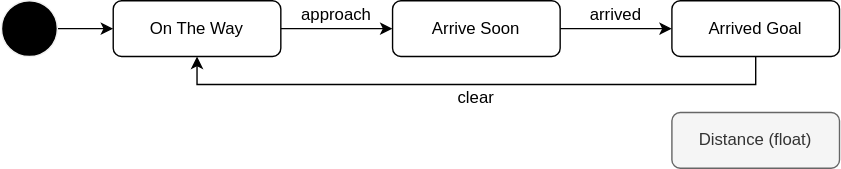
tier4/autoware-documentation keeps this draw.io diagram as pr-7/design/autoware-interface/ad-api/data/route-goal-state.drawio.svg. Above is the earlier version. Source tidied: cells renumbered, new cells last; positions are measured from the earlier drawing's top-left corner, leaving out a move shared by most shapes.
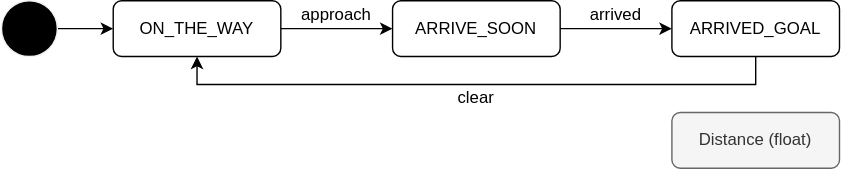
After the change.

What changed in the source:
```diff
@@ -13,19 +13,19 @@
         </Array>
       </mxGeometry>
     </mxCell>
-    <mxCell id="4" value="Arrived Goal" style="rounded=1;whiteSpace=wrap;html=1;" parent="1" vertex="1">
+    <mxCell id="4" value="ARRIVED_GOAL" style="rounded=1;whiteSpace=wrap;html=1;" parent="1" vertex="1">
       <mxGeometry x="480" width="120" height="40" as="geometry" />
     </mxCell>
     <mxCell id="5" style="edgeStyle=none;html=1;" parent="1" edge="1" source="6" target="4">
       <mxGeometry relative="1" as="geometry" />
     </mxCell>
-    <mxCell id="6" value="Arrive Soon" style="rounded=1;whiteSpace=wrap;html=1;" parent="1" vertex="1">
+    <mxCell id="6" value="ARRIVE_SOON" style="rounded=1;whiteSpace=wrap;html=1;" parent="1" vertex="1">
       <mxGeometry x="280" width="120" height="40" as="geometry" />
     </mxCell>
     <mxCell id="7" style="edgeStyle=none;html=1;" parent="1" edge="1" source="8" target="6">
       <mxGeometry relative="1" as="geometry" />
     </mxCell>
-    <mxCell id="8" value="On The Way" style="rounded=1;whiteSpace=wrap;html=1;" parent="1" vertex="1">
+    <mxCell id="8" value="ON_THE_WAY" style="rounded=1;whiteSpace=wrap;html=1;" parent="1" vertex="1">
       <mxGeometry x="80" width="120" height="40" as="geometry" />
     </mxCell>
     <mxCell id="9" style="edgeStyle=orthogonalEdgeStyle;rounded=0;html=1;" parent="1" edge="1" source="10" target="8">
```
